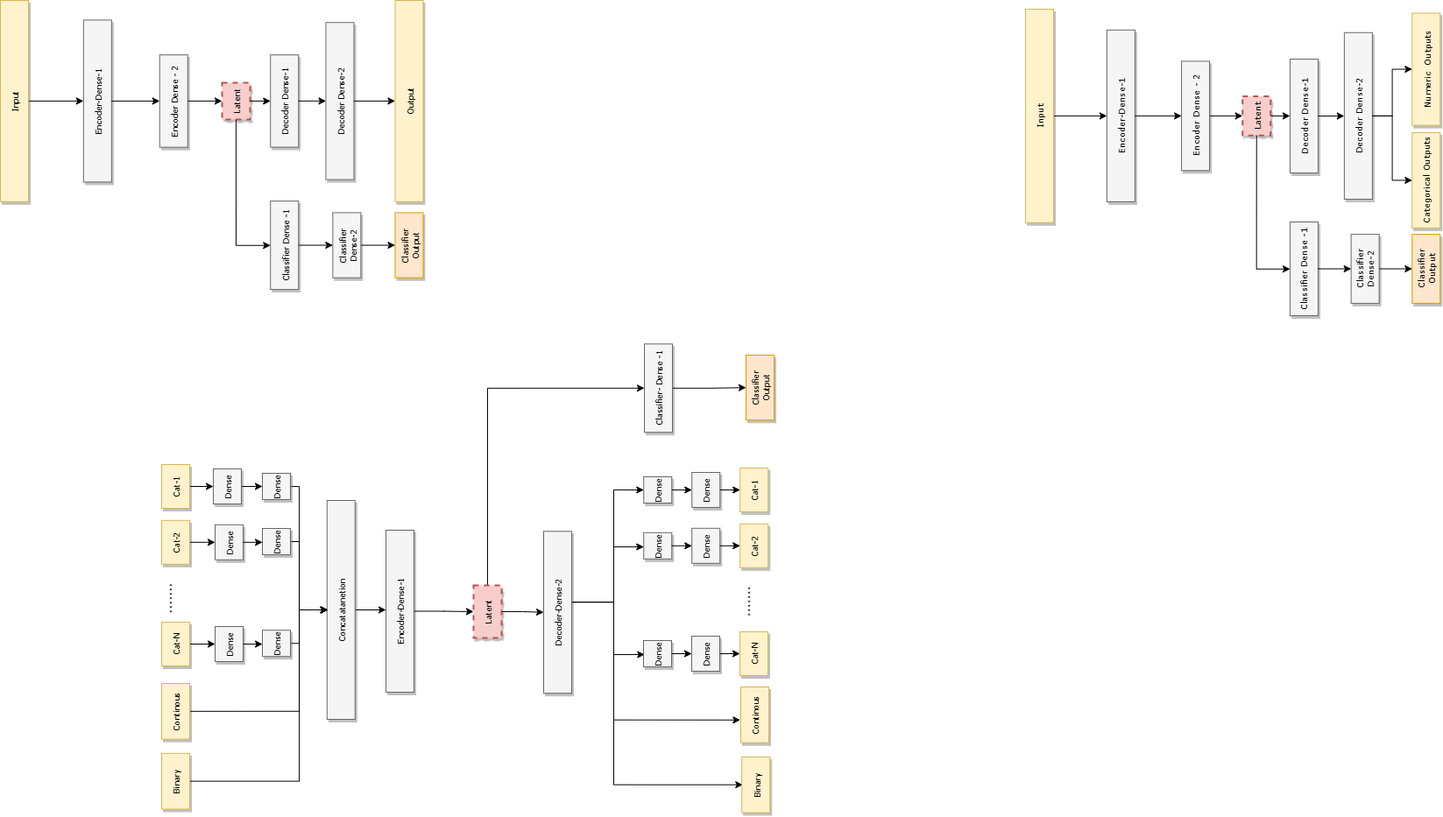
Earlier version of the draw.io export sae-outputs-combined.drawio.png (faikozcan/MLFraud). Source tidied: cells renumbered, new cells last; positions are measured from the earlier drawing's top-left corner, leaving out a move shared by most shapes.
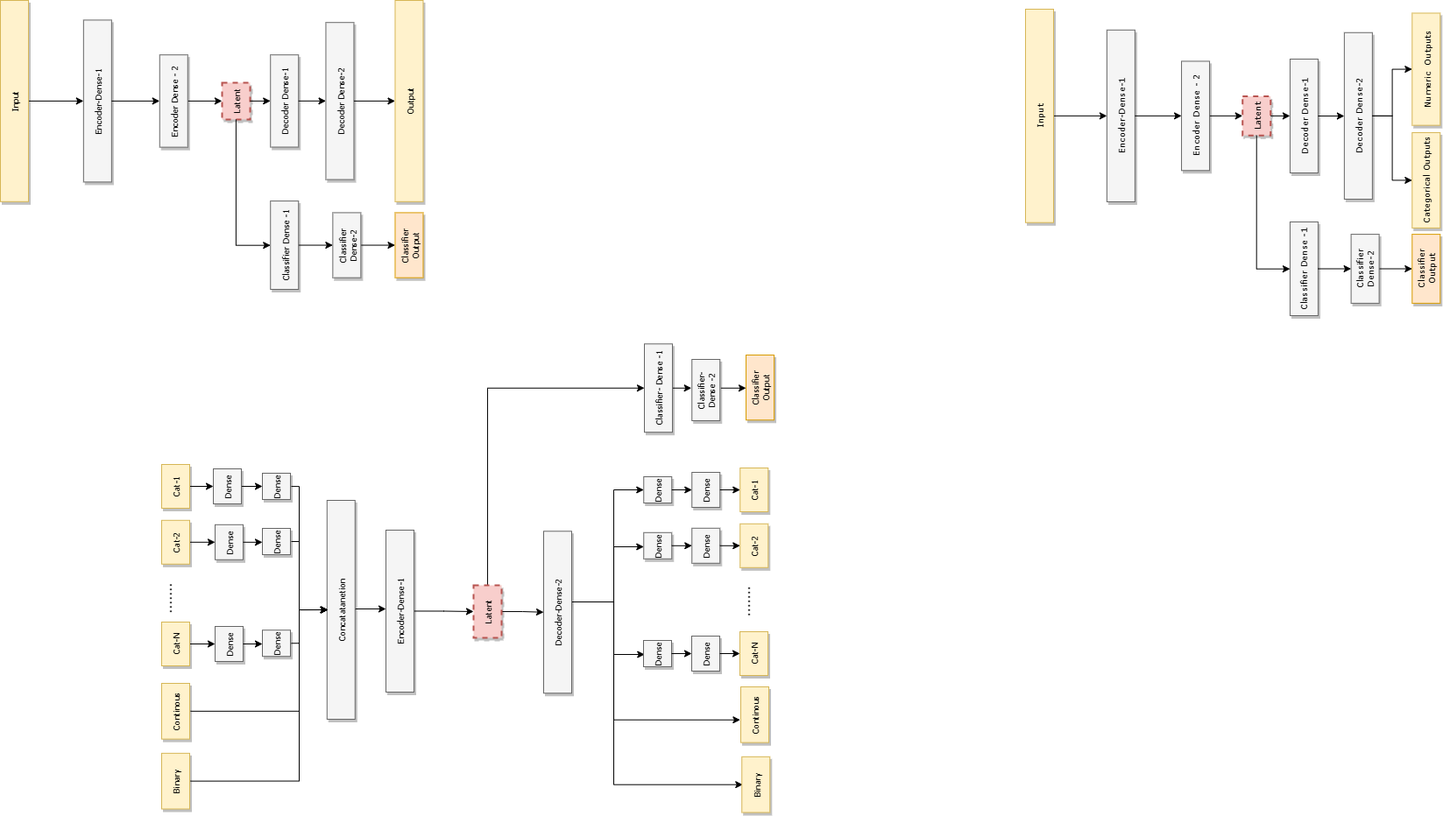
Later version of the same file.

What changed in the source:
```diff
@@ -115,9 +115,12 @@
     <mxCell id="30" value="Classifier Dense-2" style="whiteSpace=wrap;html=1;shadow=1;fontSize=10;fillColor=#f5f5f5;strokeColor=#666666;horizontal=0;fontFamily=Tahoma;" parent="1" vertex="1">
       <mxGeometry x="379.4" y="242.4" width="32" height="74.3" as="geometry" />
     </mxCell>
-    <mxCell id="31" style="edgeStyle=orthogonalEdgeStyle;rounded=0;jettySize=auto;html=1;exitX=1;exitY=0.5;exitDx=0;exitDy=0;entryX=0;entryY=0.5;entryDx=0;entryDy=0;" parent="1" edge="1" source="32" target="82">
+    <mxCell id="31" style="edgeStyle=orthogonalEdgeStyle;rounded=0;jettySize=auto;html=1;exitX=1.033;exitY=0.468;exitDx=0;exitDy=0;entryX=0;entryY=0.5;entryDx=0;entryDy=0;exitPerimeter=0;" parent="1" edge="1" source="105" target="82">
       <mxGeometry relative="1" as="geometry" />
     </mxCell>
+    <mxCell id="104" style="edgeStyle=orthogonalEdgeStyle;rounded=0;jettySize=auto;html=1;exitX=1;exitY=0.5;exitDx=0;exitDy=0;entryX=-0.018;entryY=0.478;entryDx=0;entryDy=0;entryPerimeter=0;" parent="1" edge="1" source="32" target="105">
+      <mxGeometry relative="1" as="geometry" />
+    </mxCell>
     <mxCell id="32" value="Classifier- Dense -1" style="whiteSpace=wrap;html=1;shadow=1;fontSize=10;fillColor=#f5f5f5;strokeColor=#666666;horizontal=0;fontFamily=Tahoma;" parent="1" vertex="1">
       <mxGeometry x="735" y="392.3" width="32" height="100.9" as="geometry" />
     </mxCell>
@@ -389,5 +392,8 @@
     <mxCell id="103" value="Binary" style="whiteSpace=wrap;html=1;shadow=1;fontSize=10;fillColor=#fff2cc;strokeColor=#d6b656;horizontal=0;fontFamily=Tahoma;" parent="1" vertex="1">
       <mxGeometry x="846.2" y="863.9" width="32" height="63.6" as="geometry" />
     </mxCell>
+    <mxCell id="105" value="Classifier- Dense -2" style="whiteSpace=wrap;html=1;shadow=1;fontSize=10;fillColor=#f5f5f5;strokeColor=#666666;horizontal=0;fontFamily=Tahoma;" parent="1" vertex="1">
+      <mxGeometry x="789.2" y="410" width="32" height="70" as="geometry" />
+    </mxCell>
   </root>
 </mxGraphModel>
```
